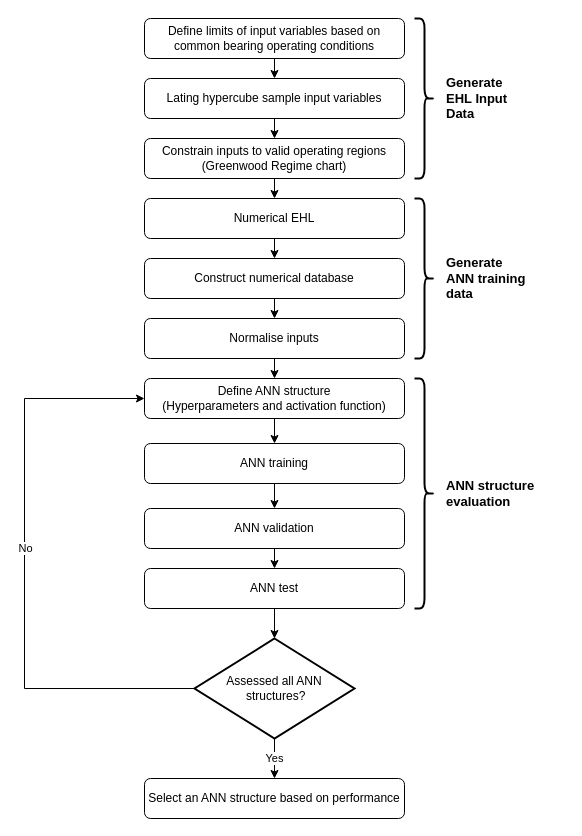
The draw.io diagram Chapters/05_Artificial_Neural_Networks_for_EHL_Film_Thickness_Predictions/EHL ANN Flowhart v2.drawio in QuestH/PhDThesis, before the edit. Source tidied: cells renumbered, new cells numbered last; positions are measured from the earlier drawing's top-left corner, leaving out a move shared by most shapes. Both pictures are drawn from the tidied source at 100%, with x=0, y=0 at pixel (24, 18).
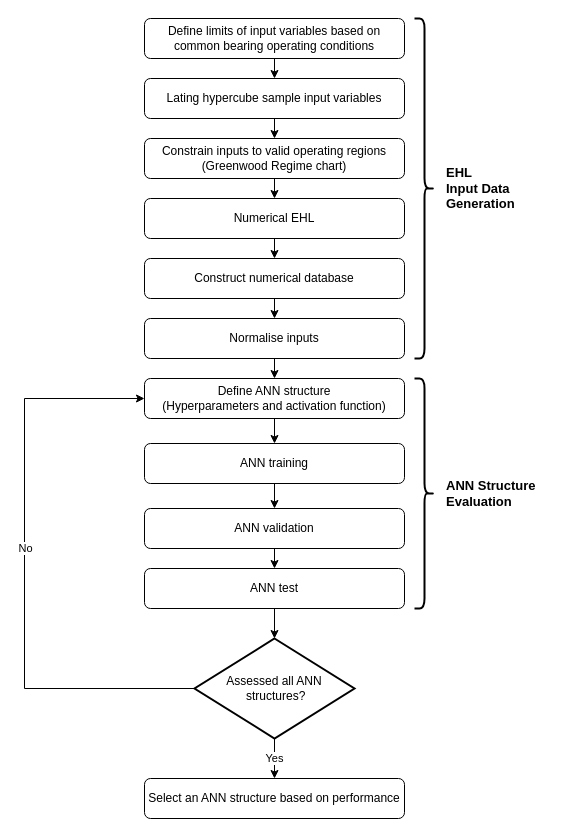
The same diagram, later.

The edit, as a diff of the source:
```diff
@@
     <mxCell id="28" style="shape=curlyBracket;whiteSpace=wrap;html=1;rounded=1;flipH=1;labelPosition=right;verticalLabelPosition=middle;align=left;verticalAlign=middle;strokeWidth=2;" parent="1" vertex="1">
-      <mxGeometry x="390" width="20" height="160" as="geometry" />
+      <mxGeometry x="390" width="20" height="340" as="geometry" />
     </mxCell>
-    <mxCell id="29" style="shape=curlyBracket;whiteSpace=wrap;html=1;rounded=1;flipH=1;labelPosition=right;verticalLabelPosition=middle;align=left;verticalAlign=middle;strokeWidth=2;" parent="1" vertex="1">
-      <mxGeometry x="390" y="180" width="20" height="160" as="geometry" />
-    </mxCell>
-    <mxCell id="30" value="&lt;span style=&quot;font-size: 13px;&quot;&gt;&lt;b&gt;Generate&lt;/b&gt;&lt;/span&gt;&lt;div&gt;&lt;span style=&quot;font-size: 13px;&quot;&gt;&lt;b&gt;EHL Input&lt;/b&gt;&lt;/span&gt;&lt;/div&gt;&lt;div&gt;&lt;span style=&quot;font-size: 13px;&quot;&gt;&lt;b&gt;Data&lt;/b&gt;&lt;/span&gt;&lt;/div&gt;" style="text;html=1;align=left;verticalAlign=middle;strokeColor=none;fillColor=none;" parent="1" vertex="1">
-      <mxGeometry x="420" y="50" width="80" height="60" as="geometry" />
+    <mxCell id="30" value="&lt;span style=&quot;font-size: 13px;&quot;&gt;&lt;b&gt;EHL&amp;nbsp;&lt;/b&gt;&lt;/span&gt;&lt;div&gt;&lt;span style=&quot;font-size: 13px;&quot;&gt;&lt;b&gt;Input&amp;nbsp;&lt;/b&gt;&lt;/span&gt;&lt;b style=&quot;font-size: 13px; background-color: initial;&quot;&gt;Data&amp;nbsp;&lt;/b&gt;&lt;div&gt;&lt;span style=&quot;font-size: 13px;&quot;&gt;&lt;b&gt;Generation&lt;/b&gt;&lt;/span&gt;&lt;/div&gt;&lt;/div&gt;" style="text;html=1;align=left;verticalAlign=middle;strokeColor=none;fillColor=none;" parent="1" vertex="1">
+      <mxGeometry x="420" y="140" width="90" height="60" as="geometry" />
     </mxCell>
-    <mxCell id="31" value="&lt;span style=&quot;font-size: 13px;&quot;&gt;&lt;b&gt;Generate&amp;nbsp;&lt;/b&gt;&lt;/span&gt;&lt;div&gt;&lt;span style=&quot;font-size: 13px;&quot;&gt;&lt;b&gt;ANN training&lt;/b&gt;&lt;/span&gt;&lt;/div&gt;&lt;div&gt;&lt;span style=&quot;font-size: 13px;&quot;&gt;&lt;b&gt;data&lt;/b&gt;&lt;/span&gt;&lt;/div&gt;" style="text;html=1;align=left;verticalAlign=middle;strokeColor=none;fillColor=none;" parent="1" vertex="1">
-      <mxGeometry x="420" y="230" width="100" height="60" as="geometry" />
-    </mxCell>
-    <mxCell id="32" value="&lt;span style=&quot;font-size: 13px;&quot;&gt;&lt;b&gt;ANN structure&amp;nbsp;&lt;/b&gt;&lt;/span&gt;&lt;div&gt;&lt;span style=&quot;font-size: 13px;&quot;&gt;&lt;b&gt;evaluation&lt;/b&gt;&lt;/span&gt;&lt;/div&gt;" style="text;html=1;align=left;verticalAlign=middle;strokeColor=none;fillColor=none;" parent="1" vertex="1">
+    <mxCell id="32" value="&lt;span style=&quot;font-size: 13px;&quot;&gt;&lt;b&gt;ANN Structure&amp;nbsp;&lt;/b&gt;&lt;/span&gt;&lt;div&gt;&lt;span style=&quot;font-size: 13px;&quot;&gt;&lt;b&gt;Evaluation&lt;/b&gt;&lt;/span&gt;&lt;/div&gt;" style="text;html=1;align=left;verticalAlign=middle;strokeColor=none;fillColor=none;" parent="1" vertex="1">
       <mxGeometry x="420" y="455" width="120" height="40" as="geometry" />
     </mxCell>
```
